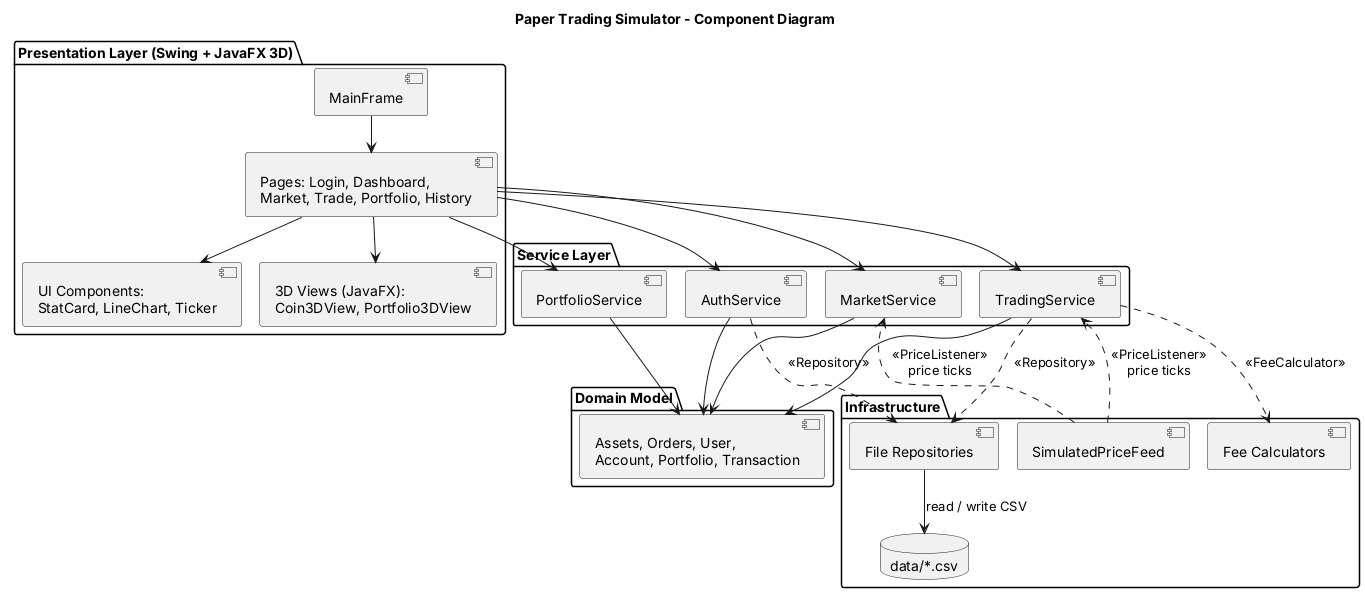
Before: docs/uml/component-diagram.png, a diagram exported from PlantUML (Aarav471471/Finance-paper-trading-simulator). Source of this version:
```plantuml
@startuml component-diagram
!pragma layout smetana
title Paper Trading Simulator - Component Diagram
skinparam shadowing false

package "Presentation Layer (Swing + JavaFX 3D)" {
  [MainFrame] as MF
  [Pages: Login, Dashboard,\nMarket, Trade, Portfolio, History] as Pages
  [UI Components:\nStatCard, LineChart, Ticker] as Comp
  [3D Views (JavaFX):\nCoin3DView, Portfolio3DView] as ThreeD
}

package "Service Layer" {
  [AuthService] as Auth
  [TradingService] as Trading
  [MarketService] as Market
  [PortfolioService] as PortSvc
}

package "Domain Model" {
  [Assets, Orders, User,\nAccount, Portfolio, Transaction] as Model
}

package "Infrastructure" {
  [SimulatedPriceFeed] as Feed
  [Fee Calculators] as Fees
  [File Repositories] as Repo
  database "data/*.csv" as Files
}

MF --> Pages
Pages --> Comp
Pages --> ThreeD
Pages --> Auth
Pages --> Trading
Pages --> Market
Pages --> PortSvc

Auth --> Model
Trading --> Model
PortSvc --> Model
Market --> Model

Trading ..> Fees : <<FeeCalculator>>
Trading ..> Repo : <<Repository>>
Auth ..> Repo : <<Repository>>
Repo --> Files : read / write CSV
Feed ..> Market : <<PriceListener>>\nprice ticks
Feed ..> Trading : <<PriceListener>>\nprice ticks
@enduml
```
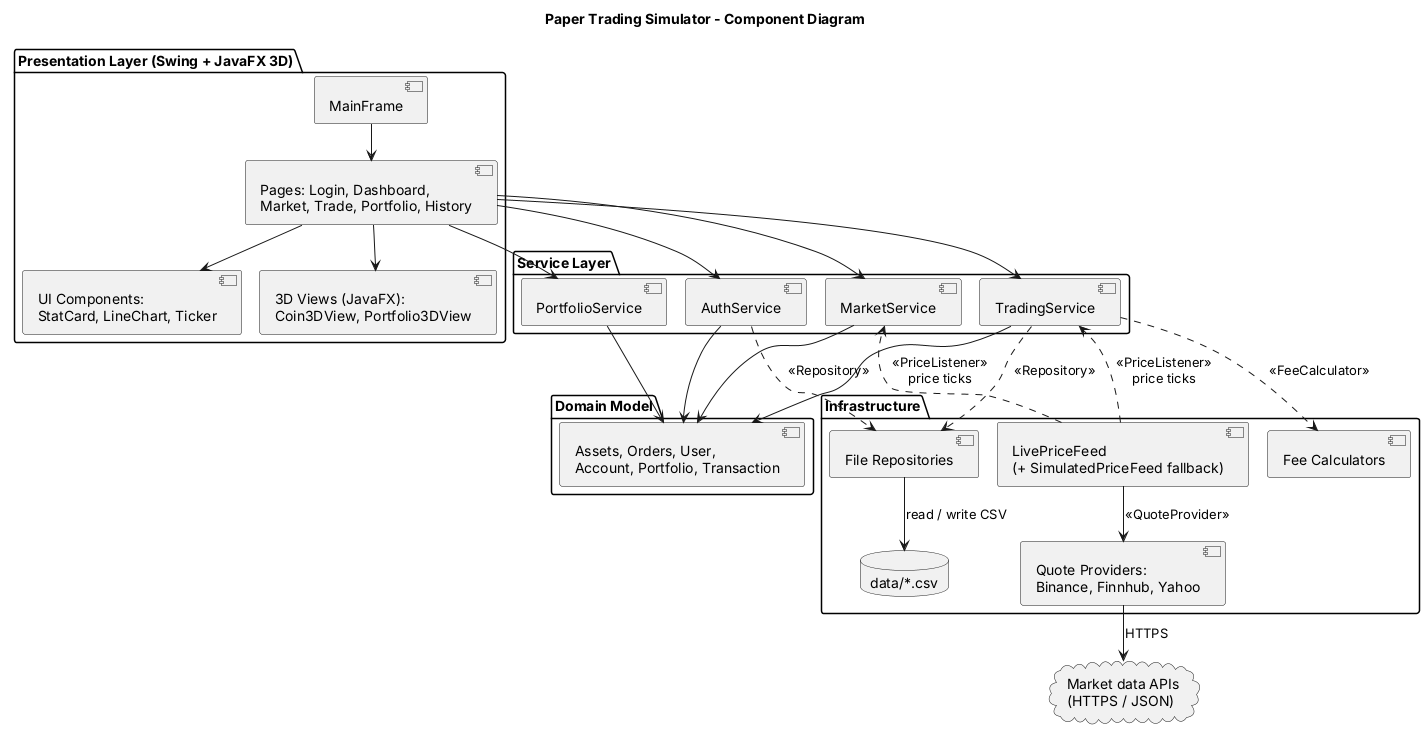
The same file after the commit.

Commit message:
Spiral loop 5: update SRS, UML and docs for real market data

Diff of the diagram source:
```diff
@@ -22,7 +22,8 @@
 }
 
 package "Infrastructure" {
-  [SimulatedPriceFeed] as Feed
+  [LivePriceFeed\n(+ SimulatedPriceFeed fallback)] as Feed
+  [Quote Providers:\nBinance, Finnhub, Yahoo] as Providers
   [Fee Calculators] as Fees
   [File Repositories] as Repo
   database "data/*.csv" as Files
@@ -45,6 +46,9 @@
 Trading ..> Repo : <<Repository>>
 Auth ..> Repo : <<Repository>>
 Repo --> Files : read / write CSV
+Feed --> Providers : <<QuoteProvider>>
+cloud "Market data APIs\n(HTTPS / JSON)" as Internet
+Providers --> Internet : HTTPS
 Feed ..> Market : <<PriceListener>>\nprice ticks
 Feed ..> Trading : <<PriceListener>>\nprice ticks
 @enduml
```
